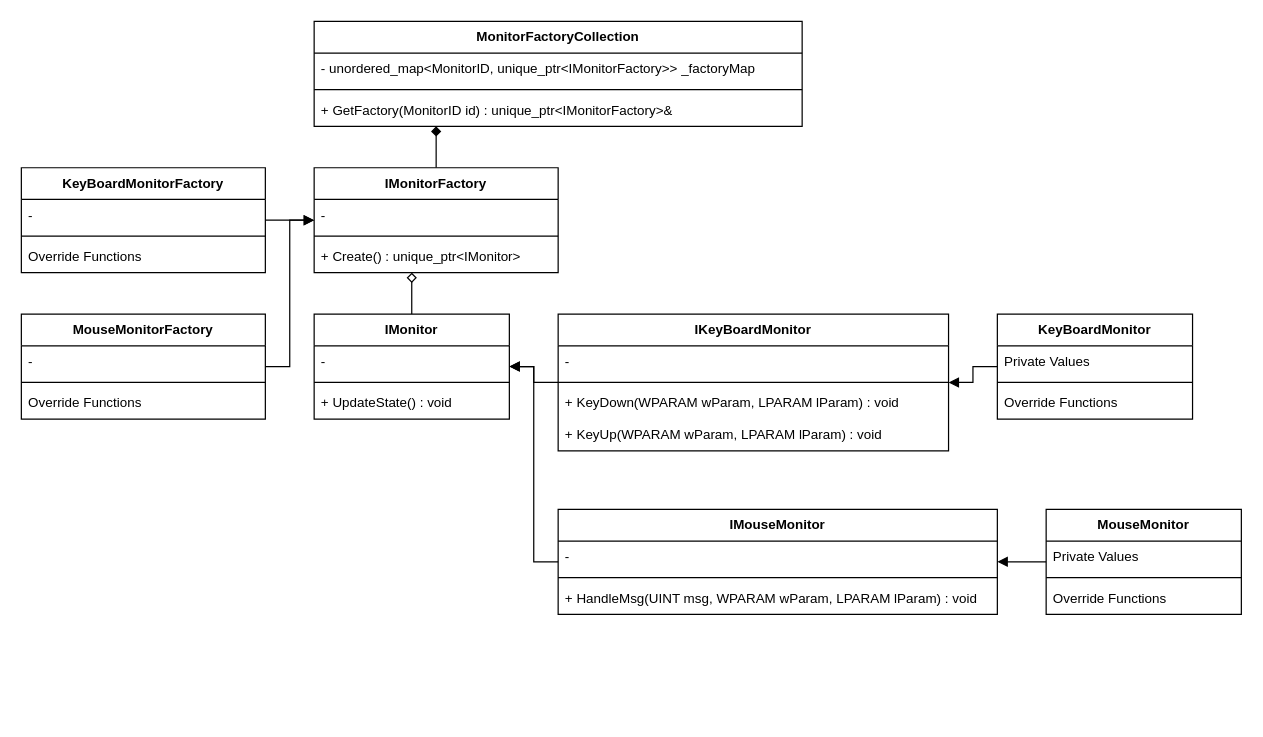
Before: page "Monitor" (4 of 10) of docs/module/class.drawio in Tanso-mct/Minecraft-DirectX, a draw.io diagram. Source tidied: cells renumbered, new cells numbered last; positions are measured from the earlier drawing's top-left corner, leaving out a move shared by most shapes. Both pictures are drawn from the tidied source at 122%, with x=0, y=0 at pixel (21, 21).
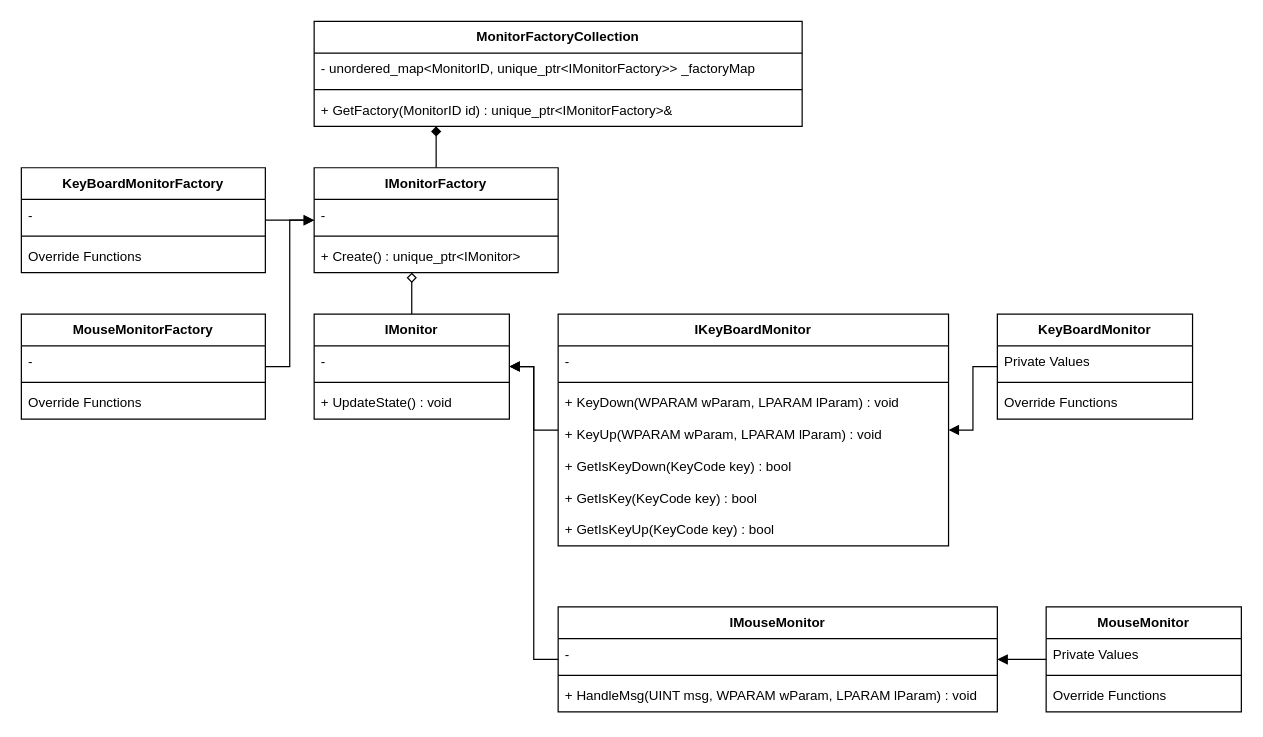
After the change.

Diff of the diagram source:
```diff
@@
     <mxCell id="8" value="IKeyBoardMonitor" style="swimlane;fontStyle=1;align=center;verticalAlign=top;horizontal=1;startSize=26;whiteSpace=wrap;html=1;fontFamily=Helvetica;fontSize=11;fontColor=default;labelBackgroundColor=default;" parent="1" vertex="1">
-      <mxGeometry x="440" y="240" width="320" height="112" as="geometry" />
+      <mxGeometry x="440" y="240" width="320" height="190" as="geometry" />
     </mxCell>
@@
+    <mxCell id="47" value="+ GetIsKeyDown(KeyCode key) : bool" style="text;strokeColor=none;fillColor=none;align=left;verticalAlign=top;spacingLeft=4;spacingRight=4;overflow=hidden;whiteSpace=wrap;html=1;fontFamily=Helvetica;fontSize=11;fontColor=default;labelBackgroundColor=default;" parent="8" vertex="1">
+      <mxGeometry y="112" width="320" height="26" as="geometry" />
+    </mxCell>
+    <mxCell id="48" value="+ GetIsKey(KeyCode key) : bool" style="text;strokeColor=none;fillColor=none;align=left;verticalAlign=top;spacingLeft=4;spacingRight=4;overflow=hidden;whiteSpace=wrap;html=1;fontFamily=Helvetica;fontSize=11;fontColor=default;labelBackgroundColor=default;" parent="8" vertex="1">
+      <mxGeometry y="138" width="320" height="26" as="geometry" />
+    </mxCell>
+    <mxCell id="49" value="+ GetIsKeyUp(KeyCode key) : bool" style="text;strokeColor=none;fillColor=none;align=left;verticalAlign=top;spacingLeft=4;spacingRight=4;overflow=hidden;whiteSpace=wrap;html=1;fontFamily=Helvetica;fontSize=11;fontColor=default;labelBackgroundColor=default;" parent="8" vertex="1">
+      <mxGeometry y="164" width="320" height="26" as="geometry" />
+    </mxCell>
@@
     <mxCell id="28" value="IMouseMonitor" style="swimlane;fontStyle=1;align=center;verticalAlign=top;horizontal=1;startSize=26;whiteSpace=wrap;html=1;fontFamily=Helvetica;fontSize=11;fontColor=default;labelBackgroundColor=default;" parent="1" vertex="1">
-      <mxGeometry x="440" y="400" width="360" height="86" as="geometry" />
+      <mxGeometry x="440" y="480" width="360" height="86" as="geometry" />
     </mxCell>
@@
     <mxCell id="38" value="MouseMonitor" style="swimlane;fontStyle=1;align=center;verticalAlign=top;horizontal=1;startSize=26;whiteSpace=wrap;html=1;fontFamily=Helvetica;fontSize=11;fontColor=default;labelBackgroundColor=default;" parent="1" vertex="1">
-      <mxGeometry x="840" y="400" width="160" height="86" as="geometry" />
+      <mxGeometry x="840" y="480" width="160" height="86" as="geometry" />
     </mxCell>
```
